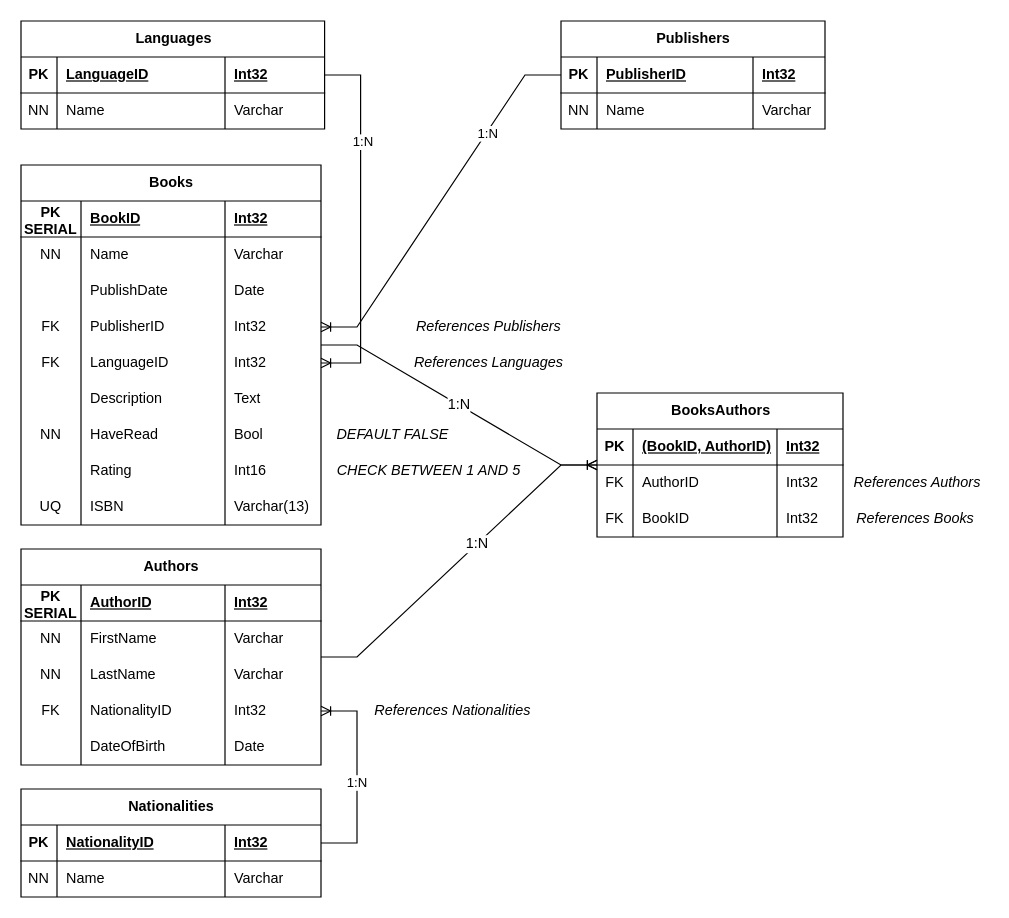
Earlier version of the draw.io diagram navrhy/DB navrh - elektlabs.drawio (MatyasBalcar/elektlabs-staz). Source tidied: cells renumbered, new cells numbered last; positions are measured from the earlier drawing's top-left corner, leaving out a move shared by most shapes. Both pictures are drawn from the tidied source at 120%, with x=0, y=0 at pixel (20, 20).
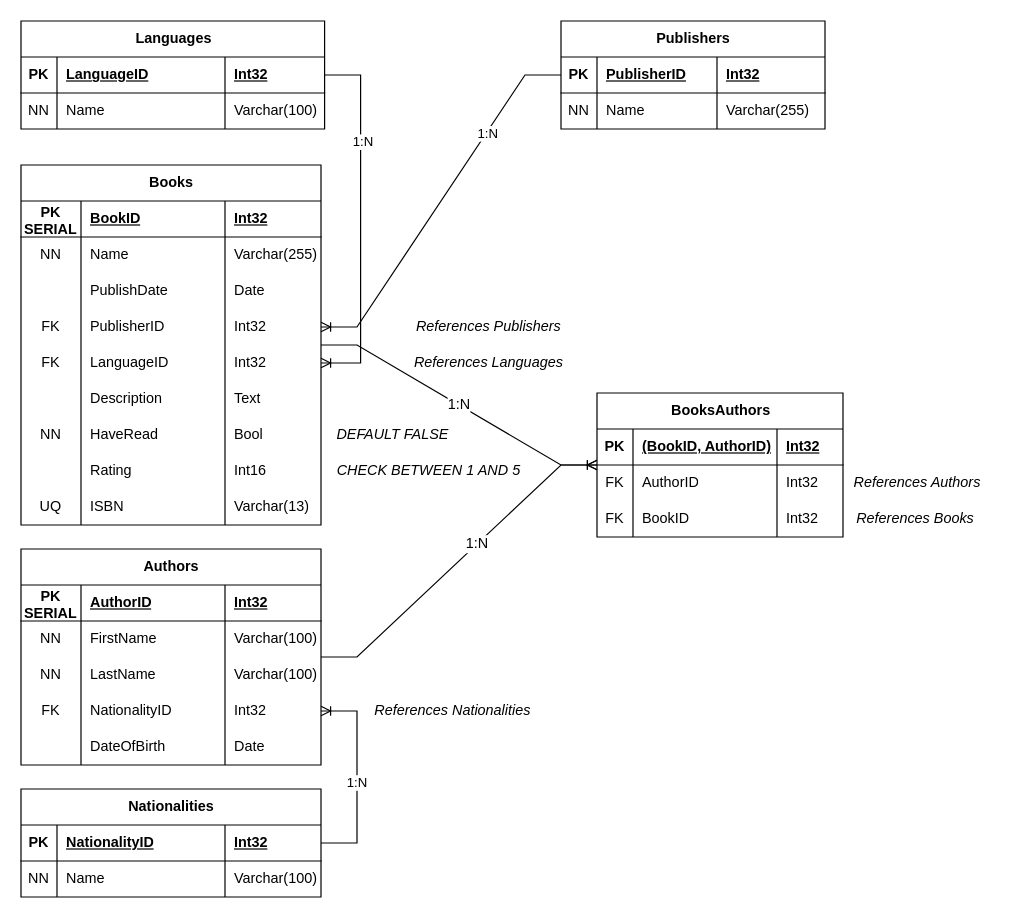
After the change.

Commit message (it also covers changes not shown here):
add size limits to varchars

Unchanged cells that the change refers to:
```xml
<mxCell id="7" style="shape=tableRow;horizontal=0;startSize=0;swimlaneHead=0;swimlaneBody=0;fillColor=none;top=0;left=0;right=0;bottom=0;rounded=0;" parent="2" vertex="1">
  <mxGeometry y="60" width="250" height="30" as="geometry" />
</mxCell>
<mxCell id="44" style="shape=tableRow;horizontal=0;startSize=0;swimlaneHead=0;swimlaneBody=0;fillColor=none;top=0;left=0;right=0;bottom=0;rounded=0;" parent="39" vertex="1">
  <mxGeometry y="60" width="250" height="30" as="geometry" />
</mxCell>
<mxCell id="48" style="shape=tableRow;horizontal=0;startSize=0;swimlaneHead=0;swimlaneBody=0;fillColor=none;top=0;left=0;right=0;bottom=0;rounded=0;" parent="39" vertex="1">
  <mxGeometry y="90" width="250" height="30" as="geometry" />
</mxCell>
<mxCell id="83" style="shape=tableRow;horizontal=0;startSize=0;swimlaneHead=0;swimlaneBody=0;fillColor=none;top=0;left=0;right=0;bottom=0;" parent="78" vertex="1">
  <mxGeometry y="60" width="253" height="30" as="geometry" />
</mxCell>
<mxCell id="92" style="shape=tableRow;horizontal=0;startSize=0;swimlaneHead=0;swimlaneBody=0;fillColor=none;top=0;left=0;right=0;bottom=0;" parent="87" vertex="1">
  <mxGeometry y="60" width="250" height="30" as="geometry" />
</mxCell>
<mxCell id="99" style="shape=tableRow;horizontal=0;startSize=0;swimlaneHead=0;swimlaneBody=0;fillColor=none;top=0;left=0;right=0;bottom=1;" parent="98" vertex="1">
  <mxGeometry y="30" width="220" height="30" as="geometry" />
</mxCell>
<mxCell id="103" style="shape=tableRow;horizontal=0;startSize=0;swimlaneHead=0;swimlaneBody=0;fillColor=none;top=0;left=0;right=0;bottom=0;" parent="98" vertex="1">
  <mxGeometry y="60" width="220" height="30" as="geometry" />
</mxCell>
```

Diff of the diagram source:
```diff
@@
-    <mxCell id="10" value="Varchar" style="shape=partialRectangle;fillColor=none;top=0;left=0;bottom=0;right=0;align=left;spacingLeft=6;overflow=hidden;whiteSpace=wrap;html=1;rounded=0;" parent="7" vertex="1">
+    <mxCell id="10" value="Varchar(255)" style="shape=partialRectangle;fillColor=none;top=0;left=0;bottom=0;right=0;align=left;spacingLeft=6;overflow=hidden;whiteSpace=wrap;html=1;rounded=0;" parent="7" vertex="1">
       <mxGeometry x="170" width="80" height="30" as="geometry" />
     </mxCell>
@@
-    <mxCell id="47" value="Varchar" style="shape=partialRectangle;fillColor=none;top=0;left=0;bottom=0;right=0;align=left;spacingLeft=6;overflow=hidden;whiteSpace=wrap;html=1;rounded=0;" parent="44" vertex="1">
+    <mxCell id="47" value="Varchar(100)" style="shape=partialRectangle;fillColor=none;top=0;left=0;bottom=0;right=0;align=left;spacingLeft=6;overflow=hidden;whiteSpace=wrap;html=1;rounded=0;" parent="44" vertex="1">
       <mxGeometry x="170" width="80" height="30" as="geometry" />
     </mxCell>
@@
-    <mxCell id="51" value="Varchar" style="shape=partialRectangle;fillColor=none;top=0;left=0;bottom=0;right=0;align=left;spacingLeft=6;overflow=hidden;whiteSpace=wrap;html=1;rounded=0;" parent="48" vertex="1">
+    <mxCell id="51" value="Varchar(100)" style="shape=partialRectangle;fillColor=none;top=0;left=0;bottom=0;right=0;align=left;spacingLeft=6;overflow=hidden;whiteSpace=wrap;html=1;rounded=0;" parent="48" vertex="1">
       <mxGeometry x="170" width="80" height="30" as="geometry" />
     </mxCell>
@@
-    <mxCell id="86" value="Varchar" style="shape=partialRectangle;fillColor=none;top=0;left=0;bottom=0;right=0;align=left;spacingLeft=6;overflow=hidden;whiteSpace=wrap;html=1;" parent="83" vertex="1">
+    <mxCell id="86" value="Varchar(100)" style="shape=partialRectangle;fillColor=none;top=0;left=0;bottom=0;right=0;align=left;spacingLeft=6;overflow=hidden;whiteSpace=wrap;html=1;" parent="83" vertex="1">
       <mxGeometry x="170" width="83" height="30" as="geometry" />
     </mxCell>
@@
-    <mxCell id="95" value="Varchar" style="shape=partialRectangle;fillColor=none;top=0;left=0;bottom=0;right=0;align=left;spacingLeft=6;overflow=hidden;whiteSpace=wrap;html=1;" parent="92" vertex="1">
+    <mxCell id="95" value="Varchar(100)" style="shape=partialRectangle;fillColor=none;top=0;left=0;bottom=0;right=0;align=left;spacingLeft=6;overflow=hidden;whiteSpace=wrap;html=1;" parent="92" vertex="1">
       <mxGeometry x="170" width="80" height="30" as="geometry" />
     </mxCell>
@@
     <mxCell id="101" value="PublisherID" style="shape=partialRectangle;fillColor=none;top=0;left=0;bottom=0;right=0;align=left;spacingLeft=6;fontStyle=5;overflow=hidden;whiteSpace=wrap;html=1;" parent="99" vertex="1">
-      <mxGeometry x="30" width="130" height="30" as="geometry" />
+      <mxGeometry x="30" width="100" height="30" as="geometry" />
     </mxCell>
     <mxCell id="102" value="Int32" style="shape=partialRectangle;fillColor=none;top=0;left=0;bottom=0;right=0;align=left;spacingLeft=6;fontStyle=5;overflow=hidden;whiteSpace=wrap;html=1;" parent="99" vertex="1">
-      <mxGeometry x="160" width="60" height="30" as="geometry" />
+      <mxGeometry x="130" width="90" height="30" as="geometry" />
     </mxCell>
@@
     <mxCell id="105" value="Name" style="shape=partialRectangle;fillColor=none;top=0;left=0;bottom=0;right=0;align=left;spacingLeft=6;overflow=hidden;whiteSpace=wrap;html=1;" parent="103" vertex="1">
-      <mxGeometry x="30" width="130" height="30" as="geometry" />
+      <mxGeometry x="30" width="100" height="30" as="geometry" />
     </mxCell>
-    <mxCell id="106" value="Varchar" style="shape=partialRectangle;fillColor=none;top=0;left=0;bottom=0;right=0;align=left;spacingLeft=6;overflow=hidden;whiteSpace=wrap;html=1;" parent="103" vertex="1">
-      <mxGeometry x="160" width="60" height="30" as="geometry" />
+    <mxCell id="106" value="Varchar(255)" style="shape=partialRectangle;fillColor=none;top=0;left=0;bottom=0;right=0;align=left;spacingLeft=6;overflow=hidden;whiteSpace=wrap;html=1;" parent="103" vertex="1">
+      <mxGeometry x="130" width="90" height="30" as="geometry" />
     </mxCell>
```
